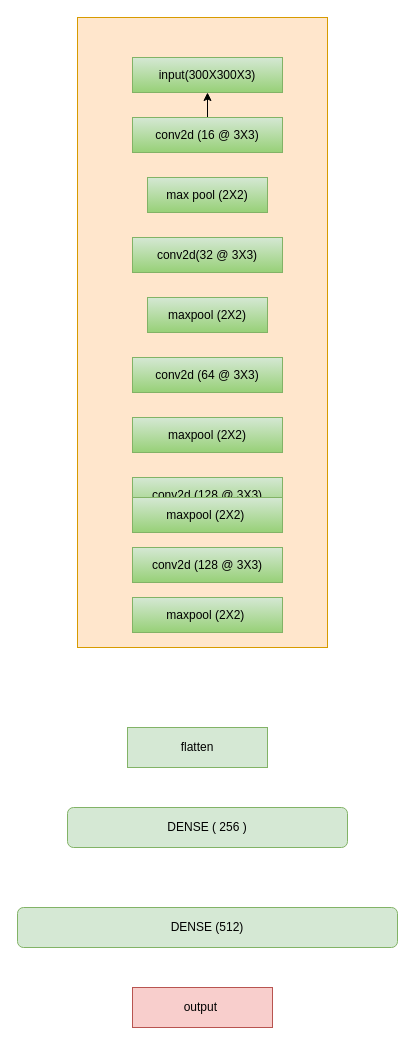
Above: Untitled Diagram.drawio in gopivarri-369y/pneumonia-detection-using-CNN-and-explainable-ai (draw.io), before the change. Source tidied: cells renumbered, new cells numbered last; positions are measured from the earlier drawing's top-left corner, leaving out a move shared by most shapes. Both pictures are drawn from the tidied source at 100%, with x=0, y=0 at pixel (17, 17).
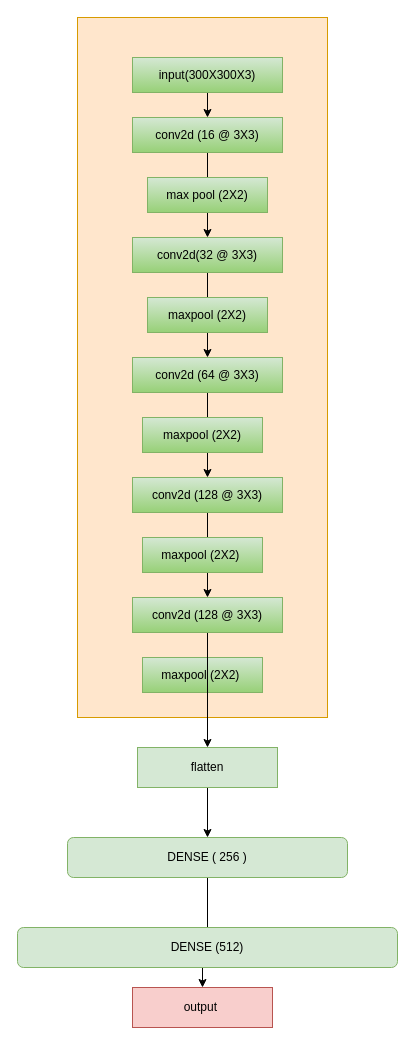
Above is the later version.

The change refers to these unchanged cells:
```xml
<mxCell id="3" value="input(300X300X3)" style="rounded=0;whiteSpace=wrap;html=1;fillColor=#d5e8d4;strokeColor=#82b366;gradientColor=#97d077;" parent="1" vertex="1">
  <mxGeometry x="115" y="40" width="150" height="35" as="geometry" />
</mxCell>
<mxCell id="5" value="conv2d (16 @ 3X3)" style="rounded=0;whiteSpace=wrap;html=1;fillColor=#d5e8d4;strokeColor=#82b366;gradientColor=#97d077;" parent="1" vertex="1">
  <mxGeometry x="115" y="100" width="150" height="35" as="geometry" />
</mxCell>
<mxCell id="7" value="conv2d(32 @ 3X3)" style="rounded=0;whiteSpace=wrap;html=1;fillColor=#d5e8d4;strokeColor=#82b366;gradientColor=#97d077;" parent="1" vertex="1">
  <mxGeometry x="115" y="220" width="150" height="35" as="geometry" />
</mxCell>
<mxCell id="9" value="conv2d (64 @ 3X3)" style="rounded=0;whiteSpace=wrap;html=1;fillColor=#d5e8d4;strokeColor=#82b366;gradientColor=#97d077;" parent="1" vertex="1">
  <mxGeometry x="115" y="340" width="150" height="35" as="geometry" />
</mxCell>
<mxCell id="11" value="conv2d (128 @ 3X3)" style="rounded=0;whiteSpace=wrap;html=1;fillColor=#d5e8d4;strokeColor=#82b366;gradientColor=#97d077;" parent="1" vertex="1">
  <mxGeometry x="115" y="460" width="150" height="35" as="geometry" />
</mxCell>
<mxCell id="17" value="output&amp;nbsp;" style="rounded=0;whiteSpace=wrap;html=1;fillColor=#f8cecc;strokeColor=#b85450;" parent="1" vertex="1">
  <mxGeometry x="115" y="970" width="140" height="40" as="geometry" />
</mxCell>
```

Diff of the diagram source:
```diff
@@
     <mxCell id="2" style="rounded=0;whiteSpace=wrap;html=1;fillColor=#ffe6cc;strokeColor=#d79b00;" parent="1" vertex="1">
-      <mxGeometry x="60" width="250" height="630" as="geometry" />
+      <mxGeometry x="60" width="250" height="700" as="geometry" />
     </mxCell>
+    <mxCell id="19" style="edgeStyle=orthogonalEdgeStyle;rounded=0;jettySize=auto;html=1;exitX=0.5;exitY=1;exitDx=0;exitDy=0;entryX=0.5;entryY=0;entryDx=0;entryDy=0;" parent="1" edge="1" source="3" target="5">
+      <mxGeometry relative="1" as="geometry" />
+    </mxCell>
@@
-    <mxCell id="4" style="edgeStyle=orthogonalEdgeStyle;rounded=0;jettySize=auto;html=1;" parent="1" edge="1" source="5" target="3">
-      <mxGeometry relative="1" as="geometry" />
-    </mxCell>
+    <mxCell id="20" style="edgeStyle=orthogonalEdgeStyle;rounded=0;jettySize=auto;html=1;" parent="1" edge="1" source="5" target="7">
+      <mxGeometry relative="1" as="geometry" />
+    </mxCell>
@@
+    <mxCell id="21" style="edgeStyle=orthogonalEdgeStyle;rounded=0;jettySize=auto;html=1;" parent="1" edge="1" source="7" target="9">
+      <mxGeometry relative="1" as="geometry" />
+    </mxCell>
@@
+    <mxCell id="22" style="edgeStyle=orthogonalEdgeStyle;rounded=0;jettySize=auto;html=1;" parent="1" edge="1" source="9" target="11">
+      <mxGeometry relative="1" as="geometry" />
+    </mxCell>
@@
     <mxCell id="10" value="maxpool (2X2)" style="rounded=0;whiteSpace=wrap;html=1;fillColor=#d5e8d4;strokeColor=#82b366;gradientColor=#97d077;" parent="1" vertex="1">
-      <mxGeometry x="115" y="400" width="150" height="35" as="geometry" />
+      <mxGeometry x="125" y="400" width="120" height="35" as="geometry" />
     </mxCell>
+    <mxCell id="23" style="edgeStyle=orthogonalEdgeStyle;rounded=0;jettySize=auto;html=1;" parent="1" edge="1" source="11" target="18">
+      <mxGeometry relative="1" as="geometry" />
+    </mxCell>
@@
     <mxCell id="12" value="maxpool (2X2)&amp;nbsp;" style="rounded=0;whiteSpace=wrap;html=1;fillColor=#d5e8d4;strokeColor=#82b366;gradientColor=#97d077;" parent="1" vertex="1">
-      <mxGeometry x="115" y="480" width="150" height="35" as="geometry" />
+      <mxGeometry x="125" y="520" width="120" height="35" as="geometry" />
     </mxCell>
     <mxCell id="13" value="maxpool (2X2)&amp;nbsp;" style="rounded=0;whiteSpace=wrap;html=1;fillColor=#d5e8d4;strokeColor=#82b366;gradientColor=#97d077;" parent="1" vertex="1">
-      <mxGeometry x="115" y="580" width="150" height="35" as="geometry" />
+      <mxGeometry x="125" y="640" width="120" height="35" as="geometry" />
     </mxCell>
+    <mxCell id="24" style="edgeStyle=orthogonalEdgeStyle;rounded=0;jettySize=auto;html=1;" parent="1" edge="1" source="14" target="15">
+      <mxGeometry relative="1" as="geometry" />
+    </mxCell>
     <mxCell id="14" value="flatten" style="rounded=0;whiteSpace=wrap;html=1;fillColor=#d5e8d4;strokeColor=#82b366;" parent="1" vertex="1">
-      <mxGeometry x="110" y="710" width="140" height="40" as="geometry" />
+      <mxGeometry x="120" y="730" width="140" height="40" as="geometry" />
     </mxCell>
+    <mxCell id="25" style="edgeStyle=orthogonalEdgeStyle;rounded=0;jettySize=auto;html=1;" parent="1" edge="1" source="15" target="17">
+      <mxGeometry relative="1" as="geometry" />
+    </mxCell>
     <mxCell id="15" value="DENSE ( 256 )" style="rounded=1;whiteSpace=wrap;html=1;fillColor=#d5e8d4;strokeColor=#82b366;" parent="1" vertex="1">
-      <mxGeometry x="50" y="790" width="280" height="40" as="geometry" />
+      <mxGeometry x="50" y="820" width="280" height="40" as="geometry" />
     </mxCell>
     <mxCell id="16" value="DENSE (512)" style="rounded=1;whiteSpace=wrap;html=1;fillColor=#d5e8d4;strokeColor=#82b366;" parent="1" vertex="1">
-      <mxGeometry y="890" width="380" height="40" as="geometry" />
+      <mxGeometry y="910" width="380" height="40" as="geometry" />
     </mxCell>
@@
+    <mxCell id="26" style="edgeStyle=orthogonalEdgeStyle;rounded=0;jettySize=auto;html=1;" parent="1" edge="1" source="18" target="14">
+      <mxGeometry relative="1" as="geometry" />
+    </mxCell>
     <mxCell id="18" value="conv2d (128 @ 3X3)" style="rounded=0;whiteSpace=wrap;html=1;fillColor=#d5e8d4;strokeColor=#82b366;gradientColor=#97d077;" parent="1" vertex="1">
-      <mxGeometry x="115" y="530" width="150" height="35" as="geometry" />
+      <mxGeometry x="115" y="580" width="150" height="35" as="geometry" />
     </mxCell>
```
